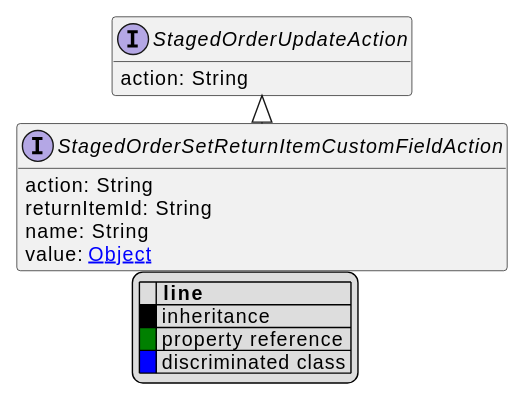
This is uml/api/svg/StagedOrderSetReturnItemCustomFieldAction.svg from commercetools/commercetools-api-reference, a PlantUML export, as it was before one commit. Source of this version:
```plantuml
@startuml
!pragma layout elk
hide empty fields
hide empty methods
legend
|= |= line |
|<back:black>   </back>| inheritance |
|<back:green>   </back>| property reference |
|<back:blue>   </back>| discriminated class |
endlegend
interface StagedOrderSetReturnItemCustomFieldAction [[StagedOrderSetReturnItemCustomFieldAction.svg]] extends StagedOrderUpdateAction {
    action: String
    returnItemId: String
    name: String
    value: [[Object.svg Object]]
}
interface StagedOrderUpdateAction [[StagedOrderUpdateAction.svg]]  {
    action: String
}





@enduml
```
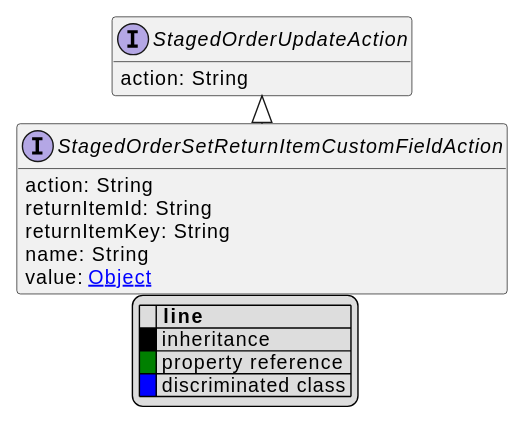
Later version of the same file.

Diff of the diagram source:
```diff
@@ -11,6 +11,7 @@
 interface StagedOrderSetReturnItemCustomFieldAction [[StagedOrderSetReturnItemCustomFieldAction.svg]] extends StagedOrderUpdateAction {
     action: String
     returnItemId: String
+    returnItemKey: String
     name: String
     value: [[Object.svg Object]]
 }
```
